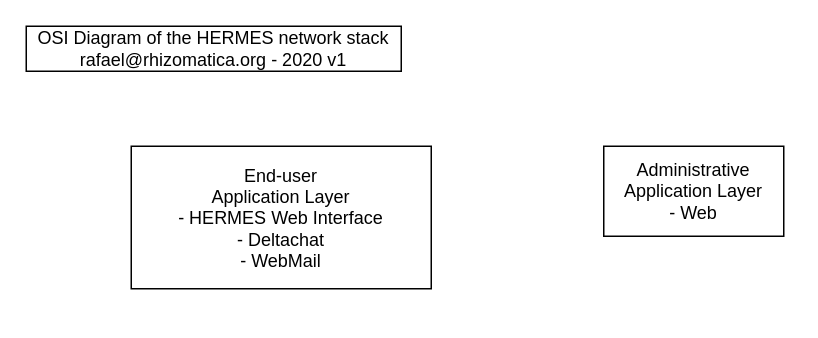
Above: Untitled Diagram.drawio in DigitalHERMES/interface (draw.io), before the change. Source tidied: cells renumbered, new cells numbered last; positions are measured from the earlier drawing's top-left corner, leaving out a move shared by most shapes. Both pictures are drawn from the tidied source at 150%, with x=0, y=0 at pixel (26, 26).
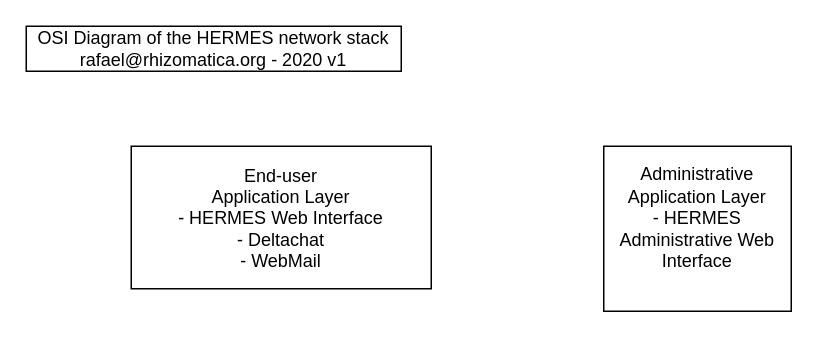
The same diagram, later.

Change to the diagram source:
```diff
@@
 <mxGraphModel>
   <root>
     <mxCell id="0" />
     <mxCell id="1" parent="0" />
     <mxCell id="2" value="&lt;div&gt;OSI Diagram of the HERMES network stack&lt;/div&gt;&lt;div&gt;rafael@rhizomatica.org - 2020 v1&lt;br&gt;&lt;/div&gt;" style="rounded=0;whiteSpace=wrap;html=1;" parent="1" vertex="1">
       <mxGeometry width="250" height="30" as="geometry" />
     </mxCell>
     <mxCell id="3" value="&lt;div&gt;End-user &lt;br&gt;&lt;/div&gt;&lt;div&gt;Application Layer&lt;/div&gt;&lt;div&gt;- HERMES Web Interface&lt;br&gt;&lt;/div&gt;&lt;div&gt;- Deltachat&lt;/div&gt;&lt;div&gt;- WebMail&lt;br&gt;&lt;/div&gt;" style="rounded=0;whiteSpace=wrap;html=1;" parent="1" vertex="1">
       <mxGeometry x="70" y="80" width="200" height="95" as="geometry" />
     </mxCell>
-    <mxCell id="4" value="&lt;div&gt;Administrative Application Layer&lt;/div&gt;&lt;div&gt;- Web &lt;br&gt;&lt;/div&gt;" style="rounded=0;whiteSpace=wrap;html=1;" parent="1" vertex="1">
-      <mxGeometry x="385" y="80" width="120" height="60" as="geometry" />
+    <mxCell id="4" value="&lt;div&gt;Administrative Application Layer&lt;/div&gt;&lt;div&gt;- HERMES Administrative Web Interface&lt;/div&gt;&lt;div&gt; &lt;br&gt;&lt;/div&gt;" style="rounded=0;whiteSpace=wrap;html=1;" parent="1" vertex="1">
+      <mxGeometry x="385" y="80" width="125" height="110" as="geometry" />
     </mxCell>
   </root>
 </mxGraphModel>
```
